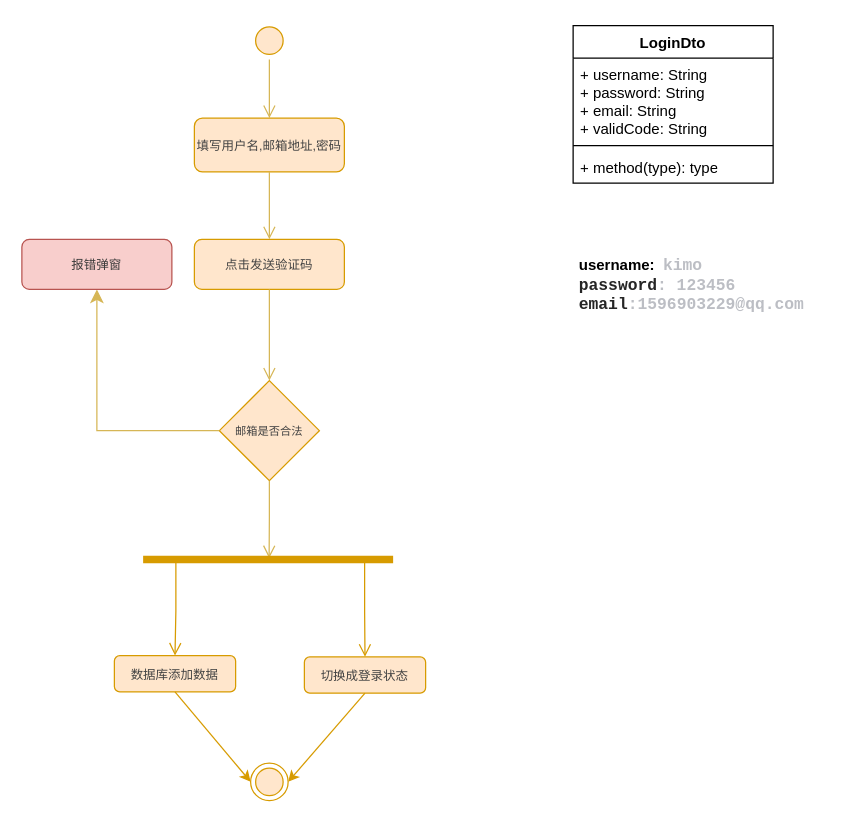
Earlier version of the draw.io diagram prds/业务流程图.drawio (matrix-johnjohn/EatGo-Ordering-App). Source tidied: cells renumbered, new cells numbered last; positions are measured from the earlier drawing's top-left corner, leaving out a move shared by most shapes. Both pictures are drawn from the tidied source at 125%, with x=0, y=0 at pixel (21, 21).
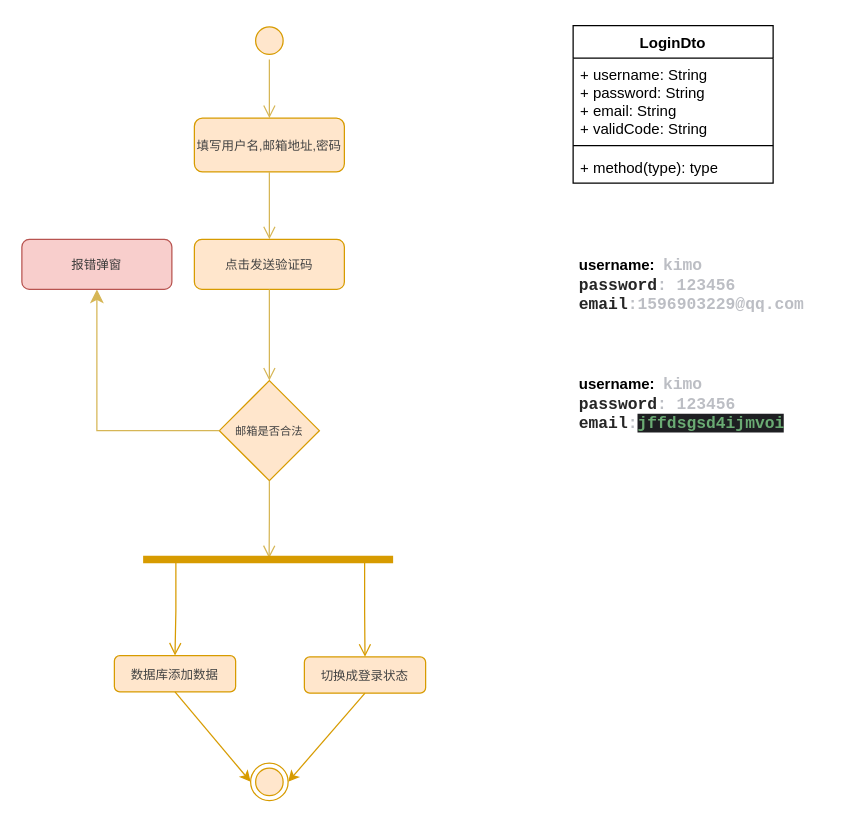
The same diagram, later.

Change to the diagram source:
```diff
@@
+    <mxCell id="25" value="username:&amp;nbsp;&lt;span&gt;&amp;nbsp;&lt;span style=&quot;font-family: &amp;quot;JetBrains Mono&amp;quot;, monospace; font-size: 9.8pt; color: rgb(188, 190, 196);&quot;&gt;kimo&lt;/span&gt;&lt;/span&gt;&lt;div&gt;&lt;span style=&quot;font-family: &amp;quot;JetBrains Mono&amp;quot;, monospace; font-size: 9.8pt; color: rgb(188, 190, 196);&quot;&gt;&lt;font style=&quot;color: rgb(37, 37, 37);&quot;&gt;password&lt;/font&gt;&lt;/span&gt;&lt;span style=&quot;font-family: &amp;quot;JetBrains Mono&amp;quot;, monospace; font-size: 9.8pt; color: rgb(188, 190, 196);&quot;&gt;: 123456&lt;/span&gt;&lt;/div&gt;&lt;div&gt;&lt;span style=&quot;font-family: &amp;quot;JetBrains Mono&amp;quot;, monospace; font-size: 9.8pt; color: rgb(188, 190, 196);&quot;&gt;&lt;font style=&quot;color: rgb(37, 37, 37);&quot;&gt;email&lt;/font&gt;&lt;/span&gt;&lt;span style=&quot;font-family: &amp;quot;JetBrains Mono&amp;quot;, monospace; font-size: 9.8pt; color: rgb(188, 190, 196);&quot;&gt;:&lt;/span&gt;&lt;span style=&quot;color: rgb(106, 171, 115); font-family: &amp;quot;JetBrains Mono&amp;quot;, monospace; font-size: 9.8pt; background-color: rgb(30, 31, 34);&quot;&gt;jffdsgsd4ijmvoi&lt;/span&gt;&lt;/div&gt;" style="text;align=left;fontStyle=1;verticalAlign=middle;spacingLeft=3;spacingRight=3;strokeColor=none;html=1;" parent="1" vertex="1">
+      <mxGeometry x="441" y="261" width="201" height="90" as="geometry" />
+    </mxCell>
```
